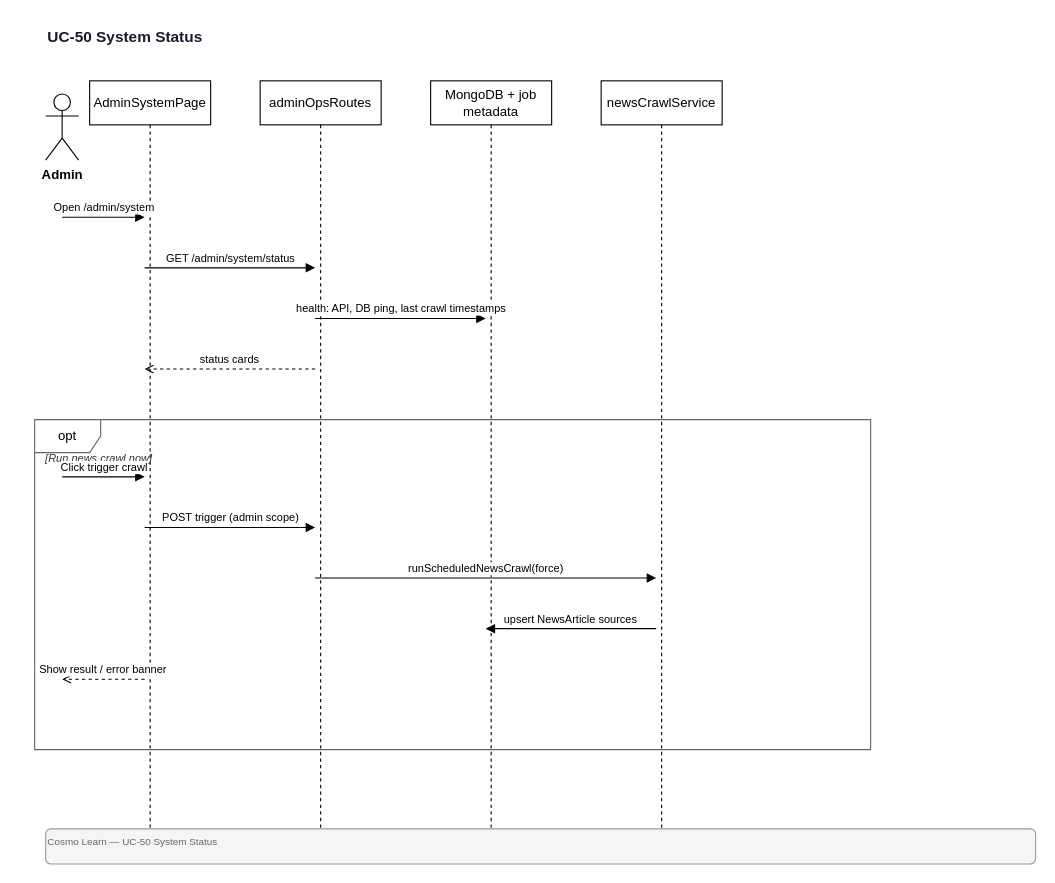
quangg1/ASTRO_EDU keeps this draw.io diagram as docs/diagrams/sequence/UC-50-System-Status.drawio. Above is the earlier version. Source tidied: cells renumbered, new cells numbered last; positions are measured from the earlier drawing's top-left corner, leaving out a move shared by most shapes. Both pictures are drawn from the tidied source at 110%, with x=0, y=0 at pixel (34, 19).
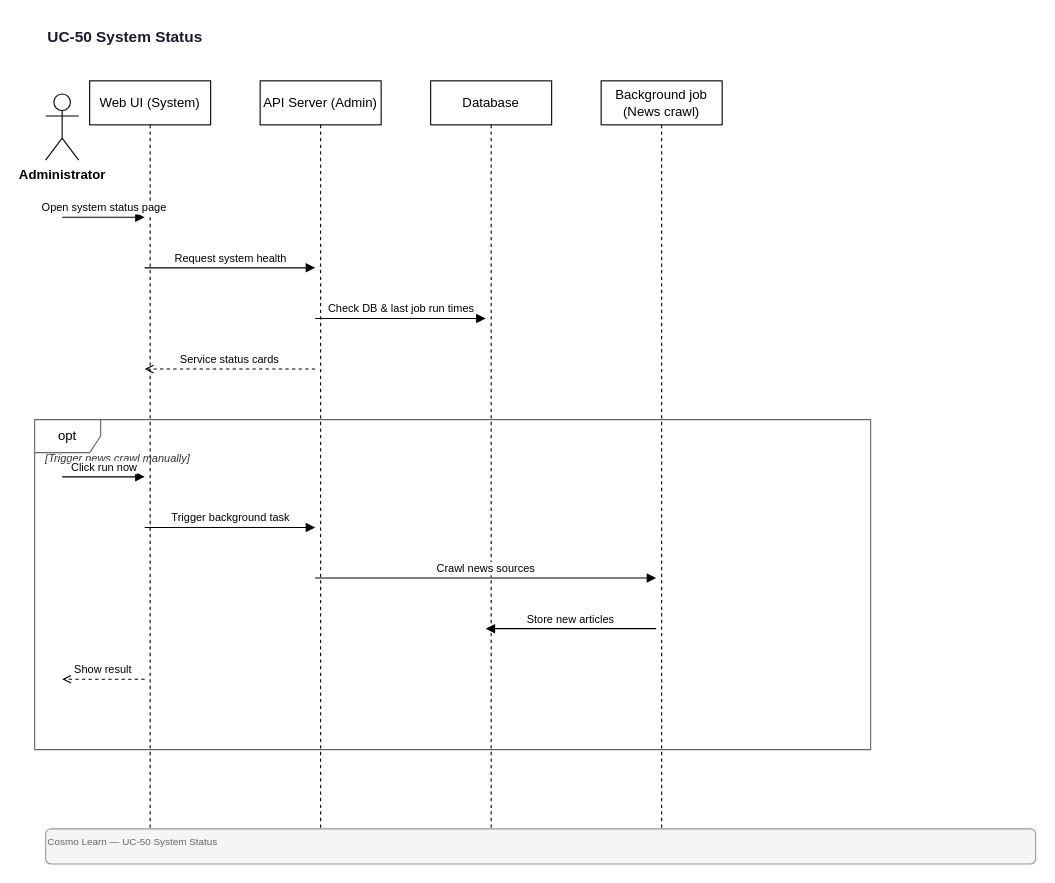
The same diagram, later.

What changed in the source:
```diff
@@
-    <mxCell id="3" value="Admin" style="shape=umlActor;verticalLabelPosition=bottom;verticalAlign=top;html=1;fontSize=12;fontStyle=1;" parent="1" vertex="1">
+    <mxCell id="3" value="Administrator" style="shape=umlActor;verticalLabelPosition=bottom;verticalAlign=top;html=1;fontSize=12;fontStyle=1;" parent="1" vertex="1">
       <mxGeometry x="10" y="68" width="30" height="60" as="geometry" />
     </mxCell>
-    <mxCell id="4" value="AdminSystemPage" style="shape=umlLifeline;perimeter=lifelinePerimeter;whiteSpace=wrap;html=1;size=40;" parent="1" vertex="1">
-      <mxGeometry x="50" y="56" width="110" height="682" as="geometry" />
-    </mxCell>
-    <mxCell id="5" value="adminOpsRoutes" style="shape=umlLifeline;perimeter=lifelinePerimeter;whiteSpace=wrap;html=1;size=40;" parent="1" vertex="1">
-      <mxGeometry x="205" y="56" width="110" height="682" as="geometry" />
-    </mxCell>
+    <mxCell id="20" value="Web UI (System)" style="shape=umlLifeline;perimeter=lifelinePerimeter;whiteSpace=wrap;html=1;size=40;" parent="1" vertex="1">
+      <mxGeometry x="50" y="56" width="110" height="682" as="geometry" />
+    </mxCell>
+    <mxCell id="21" value="API Server (Admin)" style="shape=umlLifeline;perimeter=lifelinePerimeter;whiteSpace=wrap;html=1;size=40;" parent="1" vertex="1">
+      <mxGeometry x="205" y="56" width="110" height="682" as="geometry" />
+    </mxCell>
-    <mxCell id="6" value="MongoDB + job metadata" style="shape=umlLifeline;perimeter=lifelinePerimeter;whiteSpace=wrap;html=1;size=40;" parent="1" vertex="1">
+    <mxCell id="6" value="Database" style="shape=umlLifeline;perimeter=lifelinePerimeter;whiteSpace=wrap;html=1;size=40;" parent="1" vertex="1">
       <mxGeometry x="360" y="56" width="110" height="682" as="geometry" />
     </mxCell>
-    <mxCell id="7" value="newsCrawlService" style="shape=umlLifeline;perimeter=lifelinePerimeter;whiteSpace=wrap;html=1;size=40;" parent="1" vertex="1">
+    <mxCell id="7" value="Background job (News crawl)" style="shape=umlLifeline;perimeter=lifelinePerimeter;whiteSpace=wrap;html=1;size=40;" parent="1" vertex="1">
       <mxGeometry x="515" y="56" width="110" height="682" as="geometry" />
     </mxCell>
-    <mxCell id="8" value="Open /admin/system" style="endArrow=block;endFill=1;html=1;fontSize=10;verticalAlign=bottom;" parent="1" edge="1">
+    <mxCell id="8" value="Open system status page" style="endArrow=block;endFill=1;html=1;fontSize=10;verticalAlign=bottom;" parent="1" edge="1">
       <mxGeometry relative="1" as="geometry">
         <mxPoint x="25" y="180" as="sourcePoint" />
         <mxPoint x="100" y="180" as="targetPoint" />
       </mxGeometry>
     </mxCell>
-    <mxCell id="9" value="GET /admin/system/status" style="endArrow=block;endFill=1;html=1;fontSize=10;verticalAlign=bottom;" parent="1" edge="1">
+    <mxCell id="9" value="Request system health" style="endArrow=block;endFill=1;html=1;fontSize=10;verticalAlign=bottom;" parent="1" edge="1">
       <mxGeometry relative="1" as="geometry">
         <mxPoint x="100" y="226" as="sourcePoint" />
         <mxPoint x="255" y="226" as="targetPoint" />
       </mxGeometry>
     </mxCell>
-    <mxCell id="10" value="health: API, DB ping, last crawl timestamps" style="endArrow=block;endFill=1;html=1;fontSize=10;verticalAlign=bottom;" parent="1" edge="1">
+    <mxCell id="10" value="Check DB &amp; last job run times" style="endArrow=block;endFill=1;html=1;fontSize=10;verticalAlign=bottom;" parent="1" edge="1">
       <mxGeometry relative="1" as="geometry">
         <mxPoint x="255" y="272" as="sourcePoint" />
         <mxPoint x="410" y="272" as="targetPoint" />
       </mxGeometry>
     </mxCell>
-    <mxCell id="11" value="status cards" style="endArrow=open;endFill=0;html=1;dashed=1;fontSize=10;verticalAlign=bottom;" parent="1" edge="1">
+    <mxCell id="11" value="Service status cards" style="endArrow=open;endFill=0;html=1;dashed=1;fontSize=10;verticalAlign=bottom;" parent="1" edge="1">
       <mxGeometry relative="1" as="geometry">
         <mxPoint x="255" y="318" as="sourcePoint" />
         <mxPoint x="100" y="318" as="targetPoint" />
       </mxGeometry>
     </mxCell>
@@
-    <mxCell id="13" value="[Run news crawl now]" style="text;html=1;strokeColor=none;fillColor=none;align=left;verticalAlign=middle;fontSize=10;fontStyle=2;fontColor=#333333;" parent="1" vertex="1">
+    <mxCell id="13" value="[Trigger news crawl manually]" style="text;html=1;strokeColor=none;fillColor=none;align=left;verticalAlign=middle;fontSize=10;fontStyle=2;fontColor=#333333;" parent="1" vertex="1">
       <mxGeometry x="8" y="390" width="744" height="18" as="geometry" />
     </mxCell>
-    <mxCell id="14" value="Click trigger crawl" style="endArrow=block;endFill=1;html=1;fontSize=10;verticalAlign=bottom;" parent="1" edge="1">
+    <mxCell id="14" value="Click run now" style="endArrow=block;endFill=1;html=1;fontSize=10;verticalAlign=bottom;" parent="1" edge="1">
       <mxGeometry relative="1" as="geometry">
         <mxPoint x="25" y="416" as="sourcePoint" />
         <mxPoint x="100" y="416" as="targetPoint" />
       </mxGeometry>
     </mxCell>
-    <mxCell id="15" value="POST trigger (admin scope)" style="endArrow=block;endFill=1;html=1;fontSize=10;verticalAlign=bottom;" parent="1" edge="1">
+    <mxCell id="15" value="Trigger background task" style="endArrow=block;endFill=1;html=1;fontSize=10;verticalAlign=bottom;" parent="1" edge="1">
       <mxGeometry relative="1" as="geometry">
         <mxPoint x="100" y="462" as="sourcePoint" />
         <mxPoint x="255" y="462" as="targetPoint" />
       </mxGeometry>
     </mxCell>
-    <mxCell id="16" value="runScheduledNewsCrawl(force)" style="endArrow=block;endFill=1;html=1;fontSize=10;verticalAlign=bottom;" parent="1" edge="1">
+    <mxCell id="16" value="Crawl news sources" style="endArrow=block;endFill=1;html=1;fontSize=10;verticalAlign=bottom;" parent="1" edge="1">
       <mxGeometry relative="1" as="geometry">
         <mxPoint x="255" y="508" as="sourcePoint" />
         <mxPoint x="565" y="508" as="targetPoint" />
       </mxGeometry>
     </mxCell>
-    <mxCell id="17" value="upsert NewsArticle sources" style="endArrow=block;endFill=1;html=1;fontSize=10;verticalAlign=bottom;" parent="1" edge="1">
+    <mxCell id="17" value="Store new articles" style="endArrow=block;endFill=1;html=1;fontSize=10;verticalAlign=bottom;" parent="1" edge="1">
       <mxGeometry relative="1" as="geometry">
         <mxPoint x="565" y="554" as="sourcePoint" />
         <mxPoint x="410" y="554" as="targetPoint" />
       </mxGeometry>
     </mxCell>
-    <mxCell id="18" value="Show result / error banner" style="endArrow=open;endFill=0;html=1;dashed=1;fontSize=10;verticalAlign=bottom;" parent="1" edge="1">
+    <mxCell id="18" value="Show result" style="endArrow=open;endFill=0;html=1;dashed=1;fontSize=10;verticalAlign=bottom;" parent="1" edge="1">
       <mxGeometry relative="1" as="geometry">
         <mxPoint x="100" y="600" as="sourcePoint" />
         <mxPoint x="25" y="600" as="targetPoint" />
       </mxGeometry>
     </mxCell>
```
